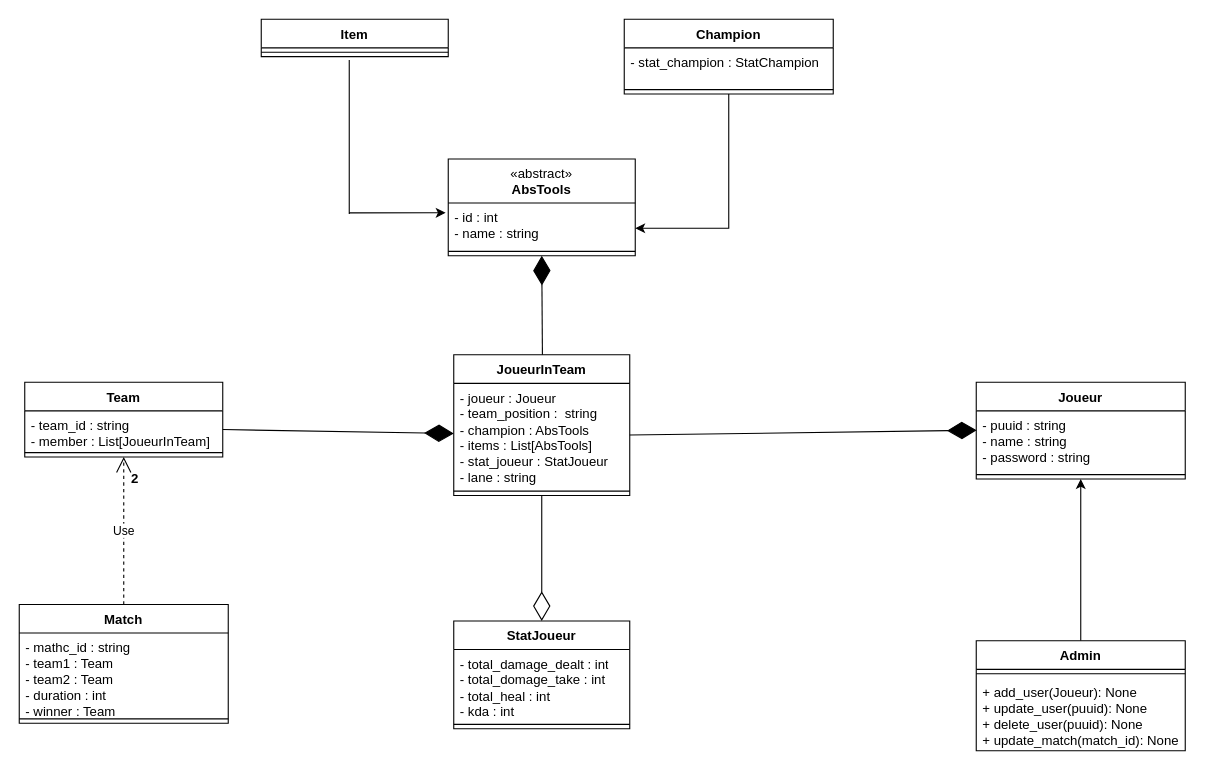
Earlier version of the draw.io diagram Image Prod/League of legends.drawio (Niyo-D-JC/HelpWork). Source tidied: cells renumbered, new cells numbered last; positions are measured from the earlier drawing's top-left corner, leaving out a move shared by most shapes. Both pictures are drawn from the tidied source at 110%, with x=0, y=0 at pixel (19, 19).
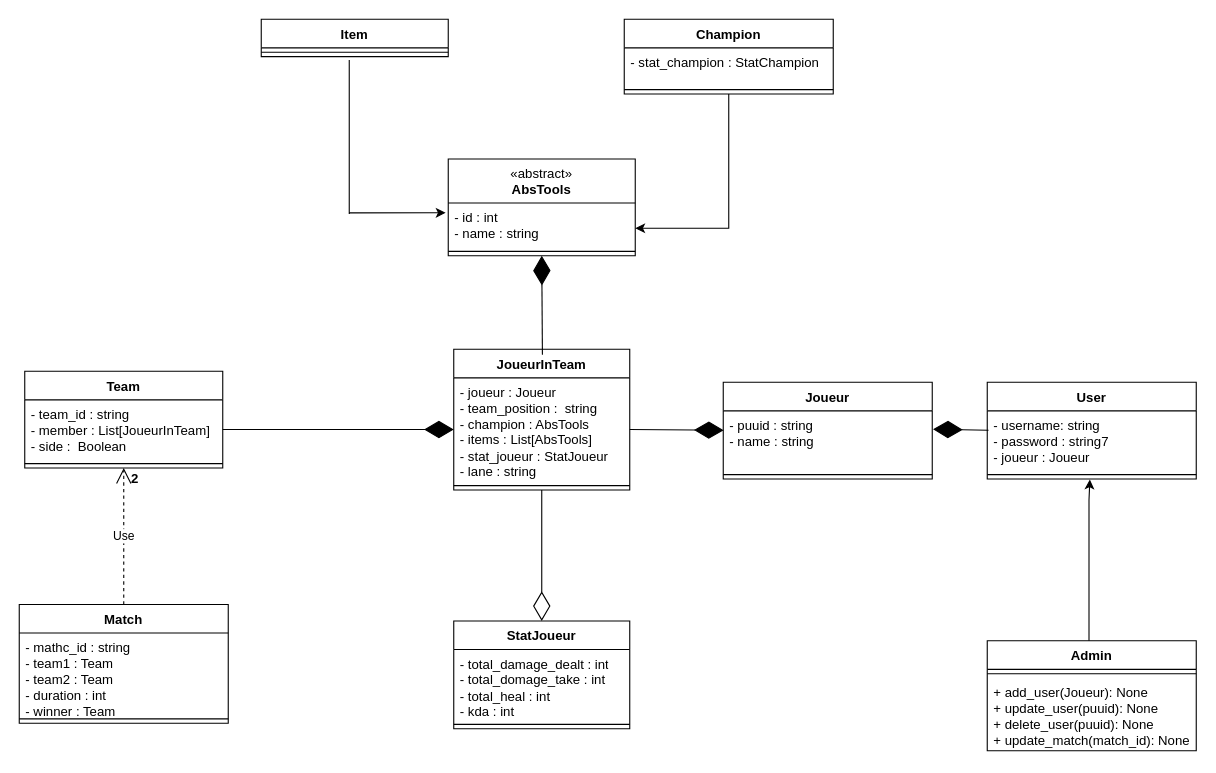
Above is the later version.

Change to the diagram source:
```diff
@@
     <mxCell id="5" value="Joueur" style="swimlane;fontStyle=1;align=center;verticalAlign=top;horizontal=1;startSize=26;whiteSpace=wrap;html=1;" parent="1" vertex="1">
-      <mxGeometry x="870" y="330" width="190" height="88" as="geometry" />
+      <mxGeometry x="640" y="330" width="190" height="88" as="geometry" />
     </mxCell>
-    <mxCell id="6" value="- puuid : string&lt;br&gt;- name : string&lt;span style=&quot;white-space: pre;&quot;&gt;&#9;&lt;/span&gt;&lt;br&gt;- password : string" style="text;strokeColor=none;fillColor=none;align=left;verticalAlign=top;spacingLeft=4;spacingRight=4;overflow=hidden;points=[[0,0.5],[1,0.5]];portConstraint=eastwest;whiteSpace=wrap;html=1;" parent="5" vertex="1">
+    <mxCell id="6" value="- puuid : string&lt;br&gt;- name : string&lt;span style=&quot;white-space: pre;&quot;&gt;&#9;&lt;/span&gt;" style="text;strokeColor=none;fillColor=none;align=left;verticalAlign=top;spacingLeft=4;spacingRight=4;overflow=hidden;points=[[0,0.5],[1,0.5]];portConstraint=eastwest;whiteSpace=wrap;html=1;" parent="5" vertex="1">
       <mxGeometry y="26" width="190" height="54" as="geometry" />
     </mxCell>
@@
-    <mxCell id="8" style="edgeStyle=orthogonalEdgeStyle;rounded=0;jettySize=auto;html=1;entryX=0.5;entryY=1;entryDx=0;entryDy=0;" parent="1" edge="1" source="9" target="5">
+    <mxCell id="8" style="edgeStyle=orthogonalEdgeStyle;rounded=0;jettySize=auto;html=1;entryX=0.491;entryY=1.05;entryDx=0;entryDy=0;entryPerimeter=0;" parent="1" edge="1" target="39">
       <mxGeometry relative="1" as="geometry">
+        <mxPoint x="972.5" y="584" as="sourcePoint" />
         <Array as="points">
-          <mxPoint x="965" y="525" />
-          <mxPoint x="965" y="525" />
+          <mxPoint x="973" y="437" />
         </Array>
       </mxGeometry>
     </mxCell>
     <mxCell id="9" value="Admin" style="swimlane;fontStyle=1;align=center;verticalAlign=top;horizontal=1;startSize=26;whiteSpace=wrap;html=1;" parent="1" vertex="1">
-      <mxGeometry x="870" y="565" width="190" height="100" as="geometry" />
+      <mxGeometry x="880" y="565" width="190" height="100" as="geometry" />
     </mxCell>
@@
     <mxCell id="12" value="JoueurInTeam" style="swimlane;fontStyle=1;align=center;verticalAlign=top;horizontal=1;startSize=26;whiteSpace=wrap;html=1;" parent="1" vertex="1">
-      <mxGeometry x="395" y="305" width="160" height="128" as="geometry" />
+      <mxGeometry x="395" y="300" width="160" height="128" as="geometry" />
     </mxCell>
@@
     <mxCell id="15" value="Team" style="swimlane;fontStyle=1;align=center;verticalAlign=top;horizontal=1;startSize=26;whiteSpace=wrap;html=1;" parent="1" vertex="1">
-      <mxGeometry x="5" y="330" width="180" height="68" as="geometry" />
+      <mxGeometry x="5" y="320" width="180" height="88" as="geometry" />
     </mxCell>
-    <mxCell id="16" value="- team_id : string&lt;br&gt;- member : List[JoueurInTeam]" style="text;strokeColor=none;fillColor=none;align=left;verticalAlign=top;spacingLeft=4;spacingRight=4;overflow=hidden;points=[[0,0.5],[1,0.5]];portConstraint=eastwest;whiteSpace=wrap;html=1;" parent="15" vertex="1">
-      <mxGeometry y="26" width="180" height="34" as="geometry" />
+    <mxCell id="16" value="- team_id : string&lt;br&gt;- member : List[JoueurInTeam]&lt;br&gt;- side :&amp;nbsp; Boolean" style="text;strokeColor=none;fillColor=none;align=left;verticalAlign=top;spacingLeft=4;spacingRight=4;overflow=hidden;points=[[0,0.5],[1,0.5]];portConstraint=eastwest;whiteSpace=wrap;html=1;" parent="15" vertex="1">
+      <mxGeometry y="26" width="180" height="54" as="geometry" />
     </mxCell>
     <mxCell id="17" style="line;strokeWidth=1;fillColor=none;align=left;verticalAlign=middle;spacingTop=-1;spacingLeft=3;spacingRight=3;labelPosition=right;strokeColor=inherit;" parent="15" vertex="1">
-      <mxGeometry y="60" width="180" height="8" as="geometry" />
+      <mxGeometry y="80" width="180" height="8" as="geometry" />
     </mxCell>
@@
+    <mxCell id="37" value="User" style="swimlane;fontStyle=1;align=center;verticalAlign=top;horizontal=1;startSize=26;whiteSpace=wrap;html=1;" parent="1" vertex="1">
+      <mxGeometry x="880" y="330" width="190" height="88" as="geometry" />
+    </mxCell>
+    <mxCell id="38" value="- username: string&lt;br&gt;- password : string7&lt;br&gt;- joueur : Joueur" style="text;strokeColor=none;fillColor=none;align=left;verticalAlign=top;spacingLeft=4;spacingRight=4;overflow=hidden;points=[[0,0.5],[1,0.5]];portConstraint=eastwest;whiteSpace=wrap;html=1;" parent="37" vertex="1">
+      <mxGeometry y="26" width="190" height="54" as="geometry" />
+    </mxCell>
+    <mxCell id="39" style="line;strokeWidth=1;fillColor=none;align=left;verticalAlign=middle;spacingTop=-1;spacingLeft=3;spacingRight=3;labelPosition=right;points=[];portConstraint=eastwest;strokeColor=inherit;" parent="37" vertex="1">
+      <mxGeometry y="80" width="190" height="8" as="geometry" />
+    </mxCell>
+    <mxCell id="40" style="endArrow=diamondThin;endFill=1;endSize=24;html=1;rounded=0;entryX=1.004;entryY=0.311;entryDx=0;entryDy=0;entryPerimeter=0;exitX=0.006;exitY=0.326;exitDx=0;exitDy=0;exitPerimeter=0;" parent="1" edge="1" source="38" target="6">
+      <mxGeometry relative="1" as="geometry" />
+    </mxCell>
```
